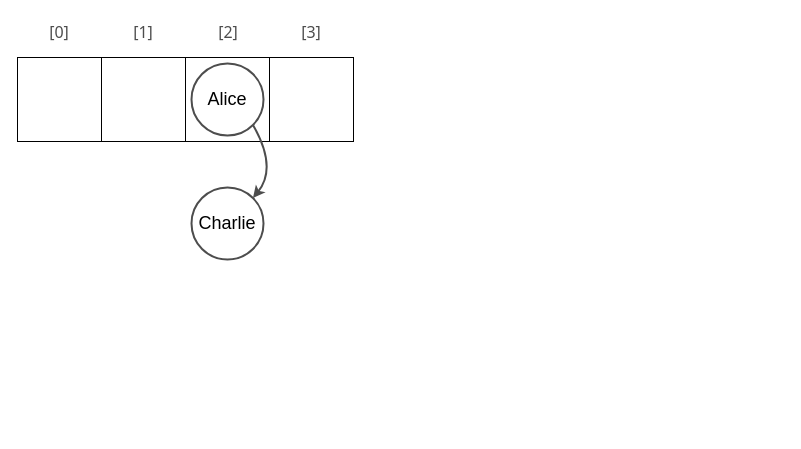
Above: data_structures/hashing.drawio in lgreco/images (draw.io), before the change. Source tidied: cells renumbered, new cells numbered last; positions are measured from the earlier drawing's top-left corner, leaving out a move shared by most shapes. Both pictures are drawn from the tidied source at 100%, with x=0, y=0 at pixel (17, 17).
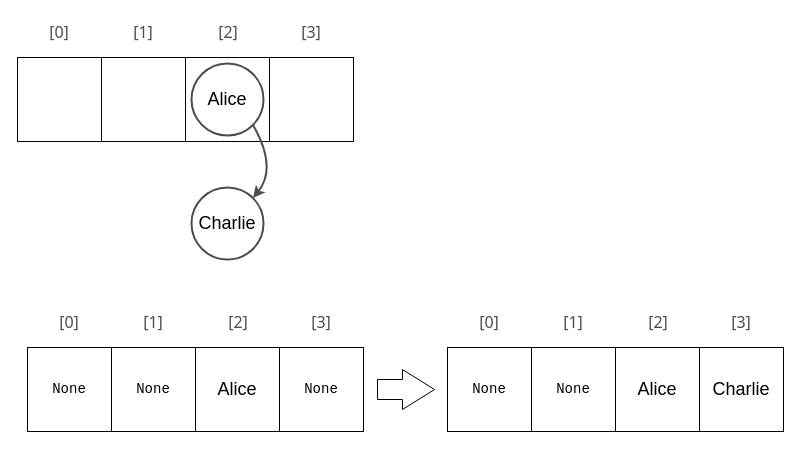
The same page after the edit.

What changed in the source:
```diff
@@
+    <mxCell id="13" value="None" style="whiteSpace=wrap;html=1;fillColor=none;strokeWidth=1;fontFamily=Courier New;fontSize=14;" parent="1" vertex="1">
+      <mxGeometry x="10" y="330" width="84" height="84" as="geometry" />
+    </mxCell>
+    <mxCell id="14" value="None" style="whiteSpace=wrap;html=1;fillColor=none;strokeWidth=1;fontFamily=Courier New;fontSize=14;" parent="1" vertex="1">
+      <mxGeometry x="94" y="330" width="84" height="84" as="geometry" />
+    </mxCell>
+    <mxCell id="15" value="&lt;span style=&quot;font-size: 18px;&quot;&gt;Alice&lt;/span&gt;" style="whiteSpace=wrap;html=1;fillColor=none;strokeWidth=1;" parent="1" vertex="1">
+      <mxGeometry x="178" y="330" width="84" height="84" as="geometry" />
+    </mxCell>
+    <mxCell id="16" value="None" style="whiteSpace=wrap;html=1;fillColor=none;strokeWidth=1;fontFamily=Courier New;fontSize=14;" parent="1" vertex="1">
+      <mxGeometry x="262" y="330" width="84" height="84" as="geometry" />
+    </mxCell>
+    <mxCell id="17" value="[0]" style="text;html=1;whiteSpace=wrap;strokeColor=none;fillColor=none;align=center;verticalAlign=middle;rounded=0;fontFamily=Tahoma;fontSize=16;fontColor=#4D4D4D;" parent="1" vertex="1">
+      <mxGeometry x="22" y="290" width="60" height="30" as="geometry" />
+    </mxCell>
+    <mxCell id="18" value="[1]" style="text;html=1;whiteSpace=wrap;strokeColor=none;fillColor=none;align=center;verticalAlign=middle;rounded=0;fontFamily=Tahoma;fontSize=16;fontColor=#4D4D4D;" parent="1" vertex="1">
+      <mxGeometry x="106" y="290" width="60" height="30" as="geometry" />
+    </mxCell>
+    <mxCell id="19" value="[2]" style="text;html=1;whiteSpace=wrap;strokeColor=none;fillColor=none;align=center;verticalAlign=middle;rounded=0;fontFamily=Tahoma;fontSize=16;fontColor=#4D4D4D;" parent="1" vertex="1">
+      <mxGeometry x="191" y="290" width="60" height="30" as="geometry" />
+    </mxCell>
+    <mxCell id="20" value="[3]" style="text;html=1;whiteSpace=wrap;strokeColor=none;fillColor=none;align=center;verticalAlign=middle;rounded=0;fontFamily=Tahoma;fontSize=16;fontColor=#4D4D4D;" parent="1" vertex="1">
+      <mxGeometry x="274" y="290" width="60" height="30" as="geometry" />
+    </mxCell>
+    <mxCell id="21" value="None" style="whiteSpace=wrap;html=1;fillColor=none;strokeWidth=1;fontFamily=Courier New;fontSize=14;" parent="1" vertex="1">
+      <mxGeometry x="430" y="330" width="84" height="84" as="geometry" />
+    </mxCell>
+    <mxCell id="22" value="None" style="whiteSpace=wrap;html=1;fillColor=none;strokeWidth=1;fontFamily=Courier New;fontSize=14;" parent="1" vertex="1">
+      <mxGeometry x="514" y="330" width="84" height="84" as="geometry" />
+    </mxCell>
+    <mxCell id="23" value="&lt;span style=&quot;font-size: 18px;&quot;&gt;Alice&lt;/span&gt;" style="whiteSpace=wrap;html=1;fillColor=none;strokeWidth=1;" parent="1" vertex="1">
+      <mxGeometry x="598" y="330" width="84" height="84" as="geometry" />
+    </mxCell>
+    <mxCell id="24" value="&lt;span style=&quot;font-family: Helvetica; font-size: 18px;&quot;&gt;Charlie&lt;/span&gt;" style="whiteSpace=wrap;html=1;fillColor=none;strokeWidth=1;fontFamily=Courier New;fontSize=14;" parent="1" vertex="1">
+      <mxGeometry x="682" y="330" width="84" height="84" as="geometry" />
+    </mxCell>
+    <mxCell id="25" value="[0]" style="text;html=1;whiteSpace=wrap;strokeColor=none;fillColor=none;align=center;verticalAlign=middle;rounded=0;fontFamily=Tahoma;fontSize=16;fontColor=#4D4D4D;" parent="1" vertex="1">
+      <mxGeometry x="442" y="290" width="60" height="30" as="geometry" />
+    </mxCell>
+    <mxCell id="26" value="[1]" style="text;html=1;whiteSpace=wrap;strokeColor=none;fillColor=none;align=center;verticalAlign=middle;rounded=0;fontFamily=Tahoma;fontSize=16;fontColor=#4D4D4D;" parent="1" vertex="1">
+      <mxGeometry x="526" y="290" width="60" height="30" as="geometry" />
+    </mxCell>
+    <mxCell id="27" value="[2]" style="text;html=1;whiteSpace=wrap;strokeColor=none;fillColor=none;align=center;verticalAlign=middle;rounded=0;fontFamily=Tahoma;fontSize=16;fontColor=#4D4D4D;" parent="1" vertex="1">
+      <mxGeometry x="611" y="290" width="60" height="30" as="geometry" />
+    </mxCell>
+    <mxCell id="28" value="[3]" style="text;html=1;whiteSpace=wrap;strokeColor=none;fillColor=none;align=center;verticalAlign=middle;rounded=0;fontFamily=Tahoma;fontSize=16;fontColor=#4D4D4D;" parent="1" vertex="1">
+      <mxGeometry x="694" y="290" width="60" height="30" as="geometry" />
+    </mxCell>
+    <mxCell id="29" style="html=1;shadow=0;dashed=0;align=center;verticalAlign=middle;shape=mxgraph.arrows2.arrow;dy=0.5;dx=32.14;notch=0;" parent="1" vertex="1">
+      <mxGeometry x="360" y="352" width="57.1" height="40" as="geometry" />
+    </mxCell>
```
